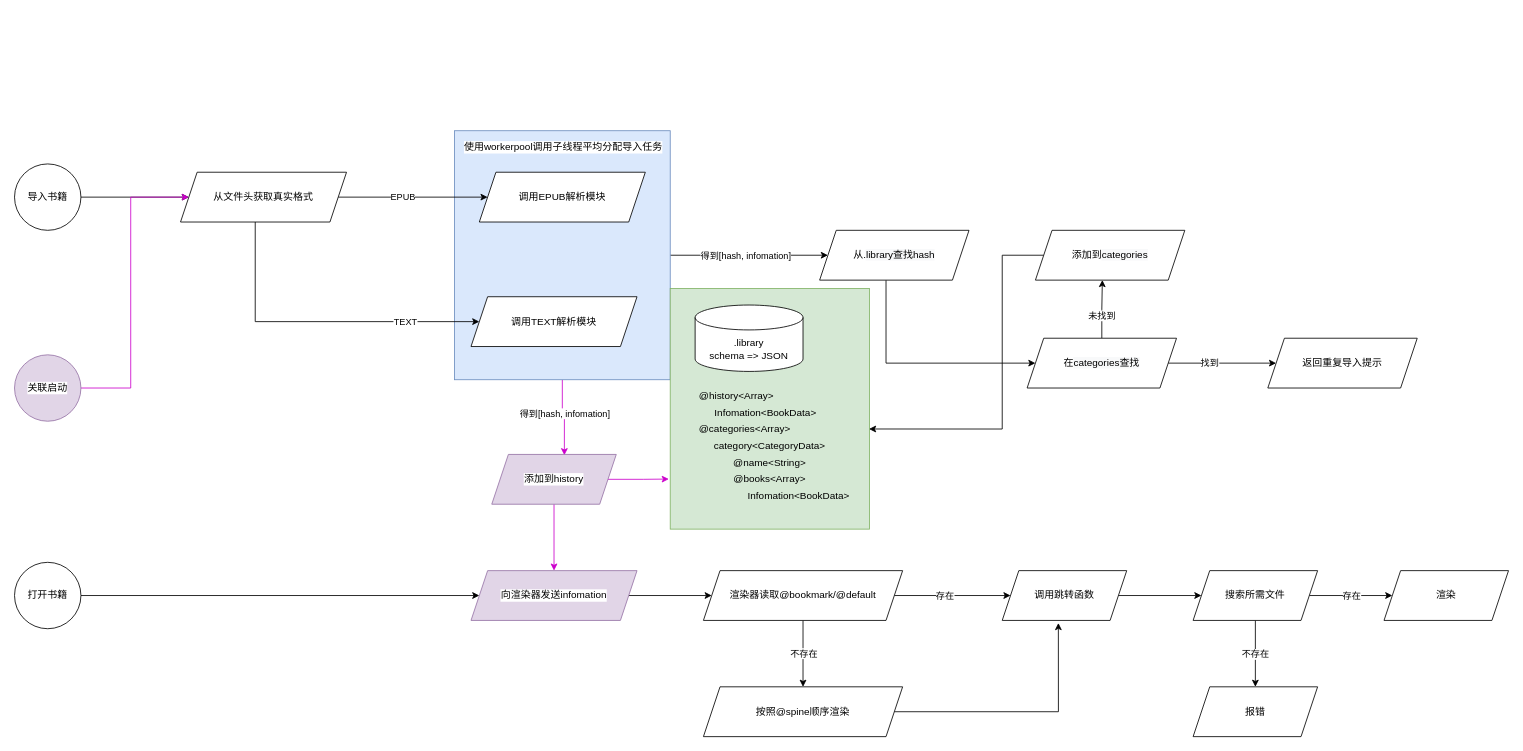
Above: page "Main" (1 of 4) of blueprint/Process.drawio in nsplup/aReader (draw.io), before the change. Source tidied: cells renumbered, new cells numbered last; positions are measured from the earlier drawing's top-left corner, leaving out a move shared by most shapes. Both pictures are drawn from the tidied source at 83%, with x=0, y=0 at pixel (14, 130).
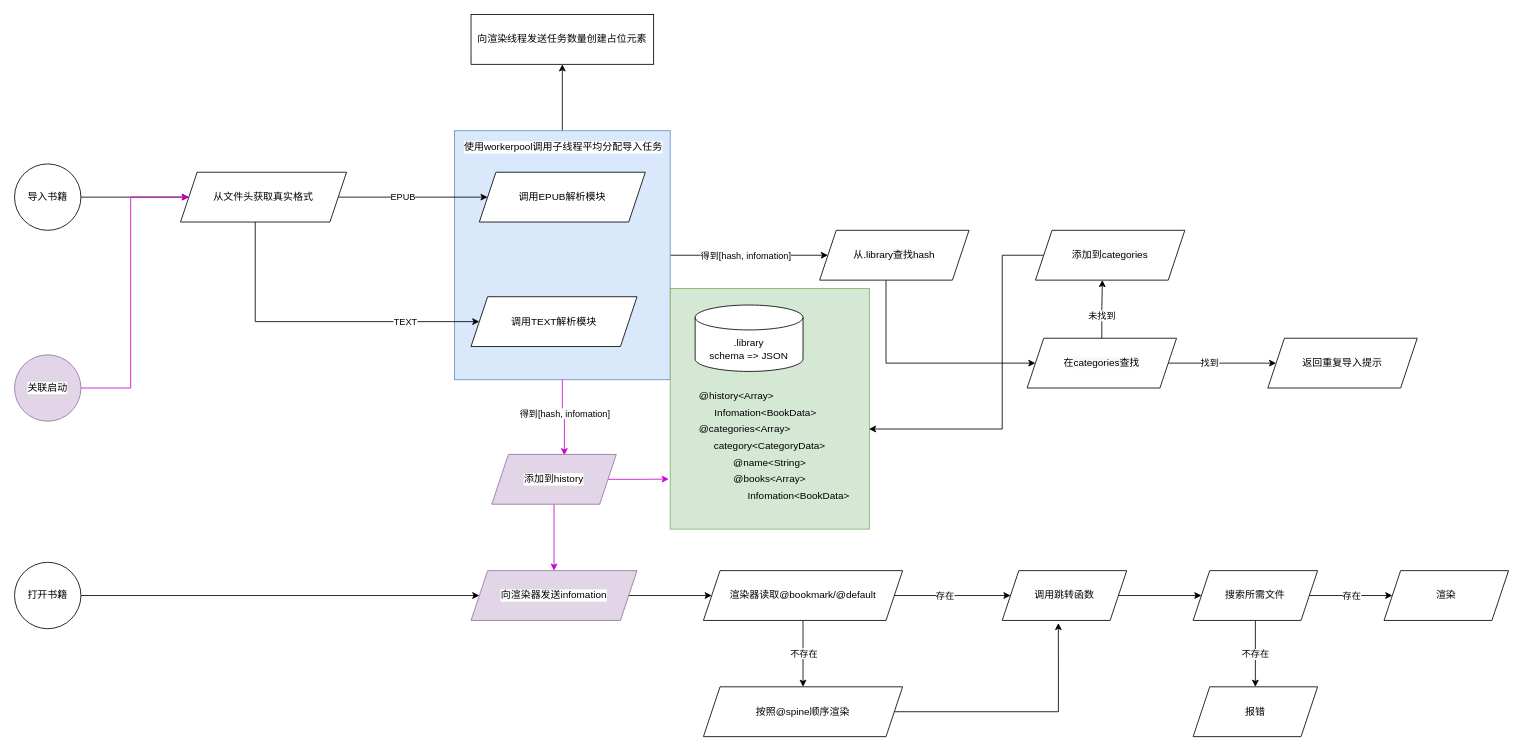
The same page after the edit.

The change refers to these unchanged cells:
```xml
<mxCell id="6" style="rounded=0;whiteSpace=wrap;html=1;labelBackgroundColor=#FFFFFF;fillColor=#dae8fc;strokeColor=#6c8ebf;" parent="1" vertex="1">
  <mxGeometry x="530" width="260" height="300" as="geometry" />
</mxCell>
```

The edit, as a diff of the source:
```diff
@@
+    <mxCell id="61" style="edgeStyle=orthogonalEdgeStyle;rounded=0;jettySize=auto;html=1;entryX=0.5;entryY=1;entryDx=0;entryDy=0;" parent="1" edge="1" source="6" target="62">
+      <mxGeometry relative="1" as="geometry" />
+    </mxCell>
@@
+    <mxCell id="62" value="向渲染线程发送任务数量创建占位元素" style="rounded=0;whiteSpace=wrap;html=1;" parent="1" vertex="1">
+      <mxGeometry x="550" y="-140" width="220" height="60" as="geometry" />
+    </mxCell>
```
